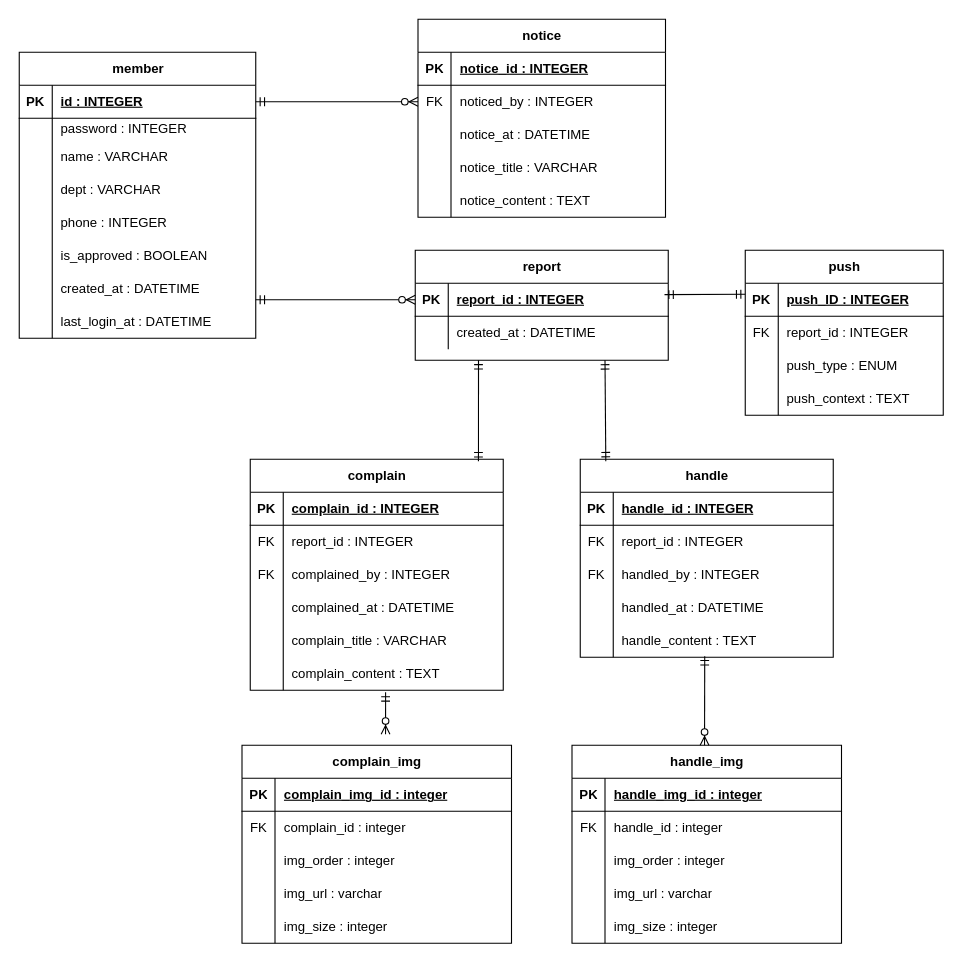
Before: Untitled Diagram.drawio in 23012/cau-fix-web, a draw.io diagram. Source tidied: cells renumbered, new cells numbered last; positions are measured from the earlier drawing's top-left corner, leaving out a move shared by most shapes. Both pictures are drawn from the tidied source at 110%, with x=0, y=0 at pixel (19, 19).
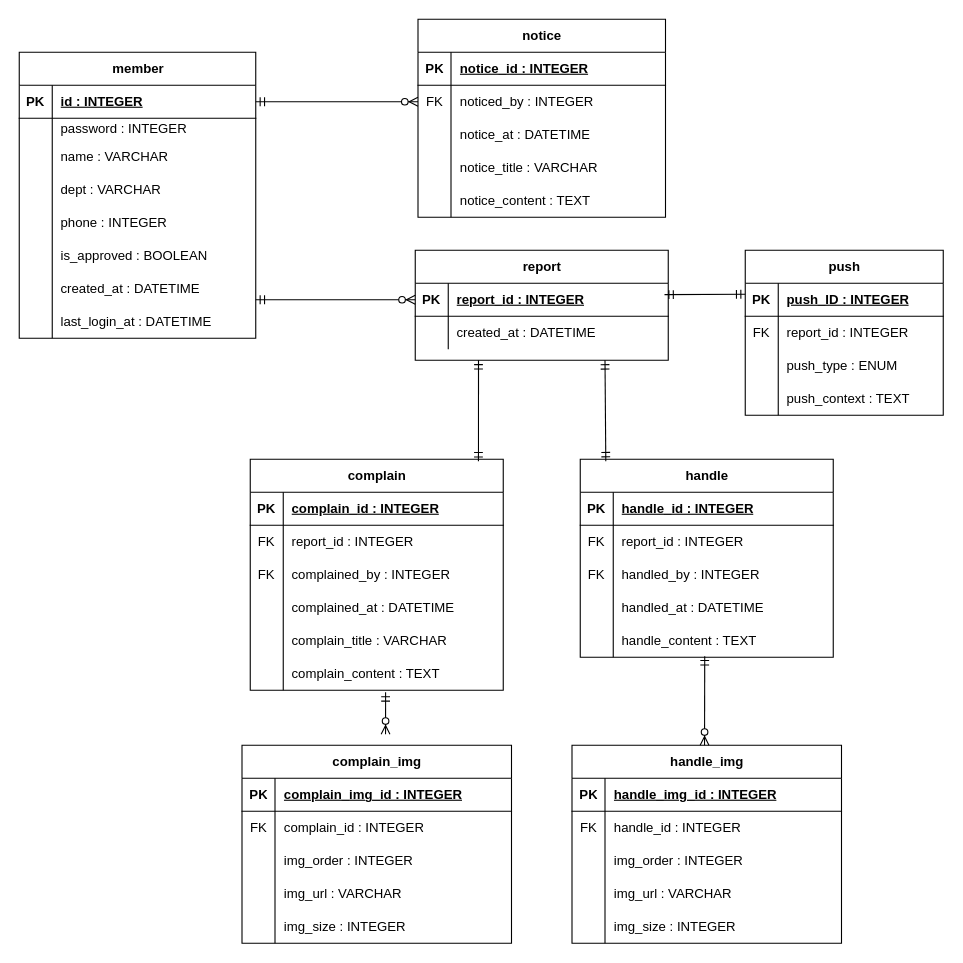
The same page after the edit.

Unchanged cells that the change refers to:
```xml
<mxCell id="103" style="shape=tableRow;horizontal=0;startSize=0;swimlaneHead=0;swimlaneBody=0;fillColor=none;top=0;left=0;right=0;bottom=1;" parent="102" vertex="1">
  <mxGeometry y="30" width="245" height="30" as="geometry" />
</mxCell>
<mxCell id="106" style="shape=tableRow;horizontal=0;startSize=0;swimlaneHead=0;swimlaneBody=0;fillColor=none;top=0;left=0;right=0;bottom=0;" parent="102" vertex="1">
  <mxGeometry y="60" width="245" height="30" as="geometry" />
</mxCell>
<mxCell id="109" style="shape=tableRow;horizontal=0;startSize=0;swimlaneHead=0;swimlaneBody=0;fillColor=none;top=0;left=0;right=0;bottom=0;" parent="102" vertex="1">
  <mxGeometry y="90" width="245" height="30" as="geometry" />
</mxCell>
<mxCell id="112" style="shape=tableRow;horizontal=0;startSize=0;swimlaneHead=0;swimlaneBody=0;fillColor=none;top=0;left=0;right=0;bottom=0;" parent="102" vertex="1">
  <mxGeometry y="120" width="245" height="30" as="geometry" />
</mxCell>
<mxCell id="115" style="shape=tableRow;horizontal=0;startSize=0;swimlaneHead=0;swimlaneBody=0;fillColor=none;top=0;left=0;right=0;bottom=0;" parent="102" vertex="1">
  <mxGeometry y="150" width="245" height="30" as="geometry" />
</mxCell>
<mxCell id="119" style="shape=tableRow;horizontal=0;startSize=0;swimlaneHead=0;swimlaneBody=0;fillColor=none;top=0;left=0;right=0;bottom=1;" parent="118" vertex="1">
  <mxGeometry y="30" width="245" height="30" as="geometry" />
</mxCell>
<mxCell id="122" style="shape=tableRow;horizontal=0;startSize=0;swimlaneHead=0;swimlaneBody=0;fillColor=none;top=0;left=0;right=0;bottom=0;" parent="118" vertex="1">
  <mxGeometry y="60" width="245" height="30" as="geometry" />
</mxCell>
<mxCell id="125" style="shape=tableRow;horizontal=0;startSize=0;swimlaneHead=0;swimlaneBody=0;fillColor=none;top=0;left=0;right=0;bottom=0;" parent="118" vertex="1">
  <mxGeometry y="90" width="245" height="30" as="geometry" />
</mxCell>
<mxCell id="128" style="shape=tableRow;horizontal=0;startSize=0;swimlaneHead=0;swimlaneBody=0;fillColor=none;top=0;left=0;right=0;bottom=0;" parent="118" vertex="1">
  <mxGeometry y="120" width="245" height="30" as="geometry" />
</mxCell>
<mxCell id="131" style="shape=tableRow;horizontal=0;startSize=0;swimlaneHead=0;swimlaneBody=0;fillColor=none;top=0;left=0;right=0;bottom=0;" parent="118" vertex="1">
  <mxGeometry y="150" width="245" height="30" as="geometry" />
</mxCell>
```

Change to the diagram source:
```diff
@@
-    <mxCell id="105" value="complain_img_id : integer" style="shape=partialRectangle;fillColor=none;top=0;left=0;bottom=0;right=0;align=left;spacingLeft=6;fontStyle=5;overflow=hidden;whiteSpace=wrap;html=1;" parent="103" vertex="1">
+    <mxCell id="105" value="complain_img_id : INTEGER" style="shape=partialRectangle;fillColor=none;top=0;left=0;bottom=0;right=0;align=left;spacingLeft=6;fontStyle=5;overflow=hidden;whiteSpace=wrap;html=1;" parent="103" vertex="1">
       <mxGeometry x="30" width="215" height="30" as="geometry" />
     </mxCell>
@@
-    <mxCell id="108" value="complain_id : integer" style="shape=partialRectangle;fillColor=none;top=0;left=0;bottom=0;right=0;align=left;spacingLeft=6;overflow=hidden;whiteSpace=wrap;html=1;" parent="106" vertex="1">
+    <mxCell id="108" value="complain_id : INTEGER" style="shape=partialRectangle;fillColor=none;top=0;left=0;bottom=0;right=0;align=left;spacingLeft=6;overflow=hidden;whiteSpace=wrap;html=1;" parent="106" vertex="1">
       <mxGeometry x="30" width="215" height="30" as="geometry" />
     </mxCell>
@@
-    <mxCell id="111" value="img_order : integer" style="shape=partialRectangle;fillColor=none;top=0;left=0;bottom=0;right=0;align=left;spacingLeft=6;overflow=hidden;whiteSpace=wrap;html=1;" parent="109" vertex="1">
+    <mxCell id="111" value="img_order : INTEGER" style="shape=partialRectangle;fillColor=none;top=0;left=0;bottom=0;right=0;align=left;spacingLeft=6;overflow=hidden;whiteSpace=wrap;html=1;" parent="109" vertex="1">
       <mxGeometry x="30" width="215" height="30" as="geometry" />
     </mxCell>
@@
-    <mxCell id="114" value="img_url : varchar" style="shape=partialRectangle;fillColor=none;top=0;left=0;bottom=0;right=0;align=left;spacingLeft=6;overflow=hidden;whiteSpace=wrap;html=1;" parent="112" vertex="1">
+    <mxCell id="114" value="img_url : VARCHAR" style="shape=partialRectangle;fillColor=none;top=0;left=0;bottom=0;right=0;align=left;spacingLeft=6;overflow=hidden;whiteSpace=wrap;html=1;" parent="112" vertex="1">
       <mxGeometry x="30" width="215" height="30" as="geometry" />
     </mxCell>
@@
-    <mxCell id="117" value="img_size : integer" style="shape=partialRectangle;fillColor=none;top=0;left=0;bottom=0;right=0;align=left;spacingLeft=6;overflow=hidden;whiteSpace=wrap;html=1;" parent="115" vertex="1">
+    <mxCell id="117" value="img_size : INTEGER" style="shape=partialRectangle;fillColor=none;top=0;left=0;bottom=0;right=0;align=left;spacingLeft=6;overflow=hidden;whiteSpace=wrap;html=1;" parent="115" vertex="1">
       <mxGeometry x="30" width="215" height="30" as="geometry" />
     </mxCell>
@@
-    <mxCell id="121" value="handle_img_id : integer" style="shape=partialRectangle;fillColor=none;top=0;left=0;bottom=0;right=0;align=left;spacingLeft=6;fontStyle=5;overflow=hidden;whiteSpace=wrap;html=1;" parent="119" vertex="1">
+    <mxCell id="121" value="handle_img_id : INTEGER" style="shape=partialRectangle;fillColor=none;top=0;left=0;bottom=0;right=0;align=left;spacingLeft=6;fontStyle=5;overflow=hidden;whiteSpace=wrap;html=1;" parent="119" vertex="1">
       <mxGeometry x="30" width="215" height="30" as="geometry" />
     </mxCell>
@@
-    <mxCell id="124" value="handle_id : integer" style="shape=partialRectangle;fillColor=none;top=0;left=0;bottom=0;right=0;align=left;spacingLeft=6;overflow=hidden;whiteSpace=wrap;html=1;" parent="122" vertex="1">
+    <mxCell id="124" value="handle_id : INTEGER" style="shape=partialRectangle;fillColor=none;top=0;left=0;bottom=0;right=0;align=left;spacingLeft=6;overflow=hidden;whiteSpace=wrap;html=1;" parent="122" vertex="1">
       <mxGeometry x="30" width="215" height="30" as="geometry" />
     </mxCell>
@@
-    <mxCell id="127" value="img_order : integer" style="shape=partialRectangle;fillColor=none;top=0;left=0;bottom=0;right=0;align=left;spacingLeft=6;overflow=hidden;whiteSpace=wrap;html=1;" parent="125" vertex="1">
+    <mxCell id="127" value="img_order : INTEGER" style="shape=partialRectangle;fillColor=none;top=0;left=0;bottom=0;right=0;align=left;spacingLeft=6;overflow=hidden;whiteSpace=wrap;html=1;" parent="125" vertex="1">
       <mxGeometry x="30" width="215" height="30" as="geometry" />
     </mxCell>
@@
-    <mxCell id="130" value="img_url : varchar" style="shape=partialRectangle;fillColor=none;top=0;left=0;bottom=0;right=0;align=left;spacingLeft=6;overflow=hidden;whiteSpace=wrap;html=1;" parent="128" vertex="1">
+    <mxCell id="130" value="img_url : VARCHAR" style="shape=partialRectangle;fillColor=none;top=0;left=0;bottom=0;right=0;align=left;spacingLeft=6;overflow=hidden;whiteSpace=wrap;html=1;" parent="128" vertex="1">
       <mxGeometry x="30" width="215" height="30" as="geometry" />
     </mxCell>
@@
-    <mxCell id="133" value="img_size : integer" style="shape=partialRectangle;fillColor=none;top=0;left=0;bottom=0;right=0;align=left;spacingLeft=6;overflow=hidden;whiteSpace=wrap;html=1;" parent="131" vertex="1">
+    <mxCell id="133" value="img_size : INTEGER" style="shape=partialRectangle;fillColor=none;top=0;left=0;bottom=0;right=0;align=left;spacingLeft=6;overflow=hidden;whiteSpace=wrap;html=1;" parent="131" vertex="1">
       <mxGeometry x="30" width="215" height="30" as="geometry" />
     </mxCell>
```
